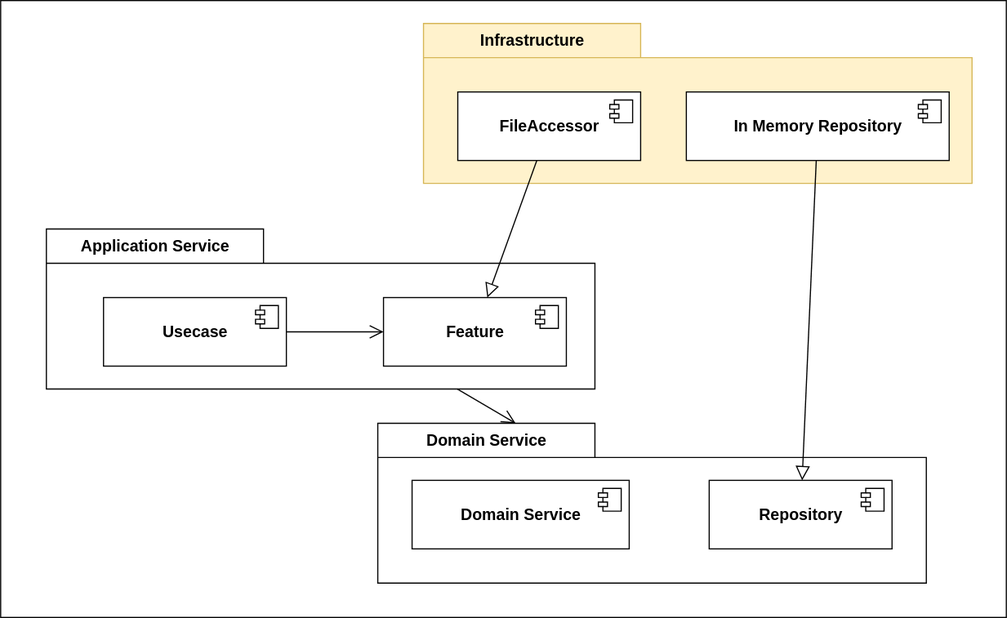
Earlier version of the draw.io export Documents/Design/Infrastructure層コンポーネント.svg (bosssanovar/WindowsApp_Template_202404). Source tidied: cells renumbered, new cells last; positions are measured from the earlier drawing's top-left corner, leaving out a move shared by most shapes.
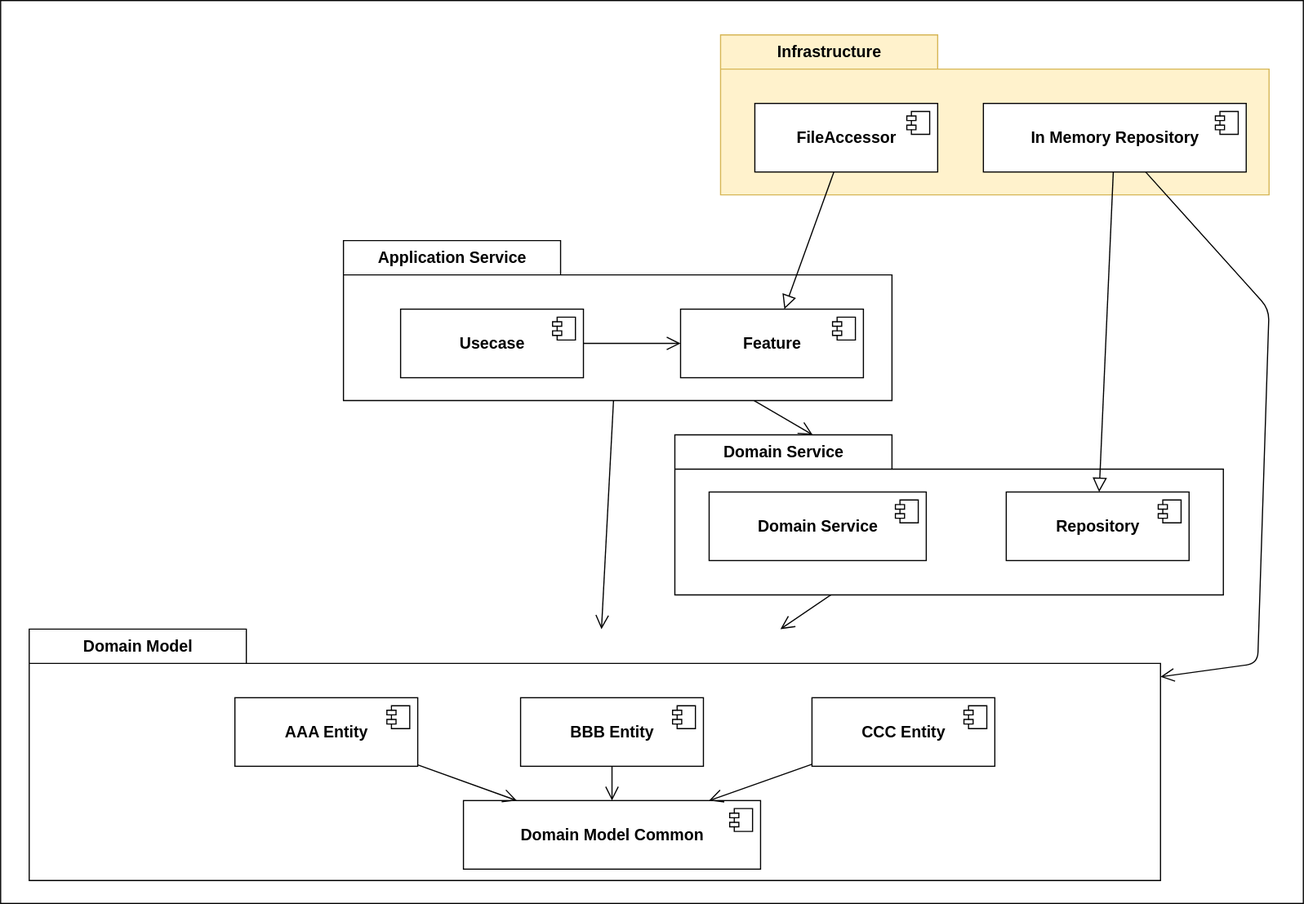
Above is the later version.

The edit, as a diff of the source:
```diff
@@ -2,92 +2,155 @@
   <root>
     <mxCell id="0" />
     <mxCell id="1" parent="0" />
-    <mxCell id="2" style="rounded=0;whiteSpace=wrap;html=1;strokeColor=#000000;strokeWidth=1;fontSize=14;fontColor=#000000;fillColor=#FFFFFF;" parent="1" vertex="1">
-      <mxGeometry width="880" height="540" as="geometry" />
-    </mxCell>
+    <mxCell id="25" style="rounded=0;whiteSpace=wrap;html=1;strokeColor=#000000;strokeWidth=1;fontSize=14;fontColor=#000000;fillColor=#FFFFFF;" parent="1" vertex="1">
+      <mxGeometry x="-260" y="-10" width="1140" height="790" as="geometry" />
+    </mxCell>
+    <mxCell id="26" value="Domain Model" style="shape=folder;fontStyle=1;tabWidth=190;tabHeight=30;tabPosition=left;html=1;boundedLbl=1;labelInHeader=1;strokeColor=#000000;strokeWidth=1;fontSize=14;fontColor=#000000;fillColor=#FFFFFF;" parent="1" vertex="1">
+      <mxGeometry x="-235" y="540" width="990" height="220" as="geometry" />
+    </mxCell>
+    <mxCell id="27" style="html=1;strokeColor=none;fillColor=none;strokeWidth=1;fontSize=14;fontColor=#000000;" parent="26" vertex="1">
+      <mxGeometry width="990" height="154" relative="1" as="geometry">
+        <mxPoint y="30" as="offset" />
+      </mxGeometry>
+    </mxCell>
+    <mxCell id="28" value="&lt;b&gt;Domain Model Common&lt;/b&gt;" style="html=1;strokeColor=#000000;strokeWidth=1;fontSize=14;fontColor=#000000;fillColor=#FFFFFF;" parent="26" vertex="1">
+      <mxGeometry x="380" y="150" width="260" height="60" as="geometry" />
+    </mxCell>
+    <mxCell id="29" style="shape=module;jettyWidth=8;jettyHeight=4;strokeColor=#000000;strokeWidth=1;fontSize=14;fontColor=#000000;fillColor=#FFFFFF;" parent="28" vertex="1">
+      <mxGeometry x="1" width="20" height="20" relative="1" as="geometry">
+        <mxPoint x="-27" y="7" as="offset" />
+      </mxGeometry>
+    </mxCell>
+    <mxCell id="30" value="&lt;b&gt;AAA Entity&lt;/b&gt;" style="html=1;strokeColor=#000000;strokeWidth=1;fontSize=14;fontColor=#000000;fillColor=#FFFFFF;" parent="26" vertex="1">
+      <mxGeometry x="180" y="60" width="160" height="60" as="geometry" />
+    </mxCell>
+    <mxCell id="31" style="shape=module;jettyWidth=8;jettyHeight=4;strokeColor=#000000;strokeWidth=1;fontSize=14;fontColor=#000000;fillColor=#FFFFFF;" parent="30" vertex="1">
+      <mxGeometry x="1" width="20" height="20" relative="1" as="geometry">
+        <mxPoint x="-27" y="7" as="offset" />
+      </mxGeometry>
+    </mxCell>
+    <mxCell id="32" style="edgeStyle=none;html=1;fontSize=12;fontColor=#000000;strokeWidth=1;startSize=6;endSize=10;endArrow=open;endFill=0;" parent="26" edge="1" source="30" target="28">
+      <mxGeometry relative="1" as="geometry" />
+    </mxCell>
+    <mxCell id="33" value="&lt;b&gt;BBB Entity&lt;/b&gt;" style="html=1;strokeColor=#000000;strokeWidth=1;fontSize=14;fontColor=#000000;fillColor=#FFFFFF;" parent="26" vertex="1">
+      <mxGeometry x="430" y="60" width="160" height="60" as="geometry" />
+    </mxCell>
+    <mxCell id="34" style="shape=module;jettyWidth=8;jettyHeight=4;strokeColor=#000000;strokeWidth=1;fontSize=14;fontColor=#000000;fillColor=#FFFFFF;" parent="33" vertex="1">
+      <mxGeometry x="1" width="20" height="20" relative="1" as="geometry">
+        <mxPoint x="-27" y="7" as="offset" />
+      </mxGeometry>
+    </mxCell>
+    <mxCell id="35" style="edgeStyle=none;html=1;fontSize=12;fontColor=#000000;strokeWidth=1;startSize=6;endSize=10;endArrow=open;endFill=0;" parent="26" edge="1" source="33" target="28">
+      <mxGeometry relative="1" as="geometry" />
+    </mxCell>
+    <mxCell id="36" value="&lt;b&gt;CCC Entity&lt;/b&gt;" style="html=1;strokeColor=#000000;strokeWidth=1;fontSize=14;fontColor=#000000;fillColor=#FFFFFF;" parent="26" vertex="1">
+      <mxGeometry x="685" y="60" width="160" height="60" as="geometry" />
+    </mxCell>
+    <mxCell id="37" style="shape=module;jettyWidth=8;jettyHeight=4;strokeColor=#000000;strokeWidth=1;fontSize=14;fontColor=#000000;fillColor=#FFFFFF;" parent="36" vertex="1">
+      <mxGeometry x="1" width="20" height="20" relative="1" as="geometry">
+        <mxPoint x="-27" y="7" as="offset" />
+      </mxGeometry>
+    </mxCell>
+    <mxCell id="38" style="edgeStyle=none;html=1;fontSize=12;fontColor=#000000;strokeWidth=1;startSize=6;endSize=10;endArrow=open;endFill=0;" parent="26" edge="1" source="36" target="28">
+      <mxGeometry relative="1" as="geometry" />
+    </mxCell>
+    <mxCell id="39" style="edgeStyle=none;html=1;fontSize=12;fontColor=#000000;strokeWidth=1;startSize=6;endSize=10;endArrow=open;endFill=0;" parent="1" edge="1" source="3" target="26">
+      <mxGeometry relative="1" as="geometry" />
+    </mxCell>
     <mxCell id="3" value="Domain Service" style="shape=folder;fontStyle=1;tabWidth=190;tabHeight=30;tabPosition=left;html=1;boundedLbl=1;labelInHeader=1;strokeColor=#000000;strokeWidth=1;fontSize=14;fontColor=#000000;fillColor=#FFFFFF;" parent="1" vertex="1">
       <mxGeometry x="330" y="370" width="480" height="140" as="geometry" />
     </mxCell>
-    <mxCell id="4" style="html=1;strokeColor=none;fillColor=none;strokeWidth=1;fontSize=14;fontColor=#000000;" parent="3" vertex="1">
-      <mxGeometry width="480" height="98" relative="1" as="geometry">
-        <mxPoint y="30" as="offset" />
-      </mxGeometry>
-    </mxCell>
+    <mxCell id="40" style="html=1;strokeColor=none;fillColor=none;strokeWidth=1;fontSize=14;fontColor=#000000;" parent="3" vertex="1">
+      <mxGeometry width="480" height="98" relative="1" as="geometry">
+        <mxPoint y="30" as="offset" />
+      </mxGeometry>
+    </mxCell>
     <mxCell id="5" value="&lt;b&gt;Domain Service&lt;/b&gt;" style="html=1;strokeColor=#000000;strokeWidth=1;fontSize=14;fontColor=#000000;fillColor=#FFFFFF;" parent="3" vertex="1">
       <mxGeometry x="30" y="50" width="190" height="60" as="geometry" />
     </mxCell>
-    <mxCell id="6" style="shape=module;jettyWidth=8;jettyHeight=4;strokeColor=#000000;strokeWidth=1;fontSize=14;fontColor=#000000;fillColor=#FFFFFF;" parent="5" vertex="1">
-      <mxGeometry x="1" width="20" height="20" relative="1" as="geometry">
-        <mxPoint x="-27" y="7" as="offset" />
-      </mxGeometry>
-    </mxCell>
+    <mxCell id="41" style="shape=module;jettyWidth=8;jettyHeight=4;strokeColor=#000000;strokeWidth=1;fontSize=14;fontColor=#000000;fillColor=#FFFFFF;" parent="5" vertex="1">
+      <mxGeometry x="1" width="20" height="20" relative="1" as="geometry">
+        <mxPoint x="-27" y="7" as="offset" />
+      </mxGeometry>
+    </mxCell>
     <mxCell id="7" value="&lt;b&gt;Repository&lt;/b&gt;" style="html=1;strokeColor=#000000;strokeWidth=1;fontSize=14;fontColor=#000000;fillColor=#FFFFFF;" parent="3" vertex="1">
       <mxGeometry x="290" y="50" width="160" height="60" as="geometry" />
     </mxCell>
-    <mxCell id="8" style="shape=module;jettyWidth=8;jettyHeight=4;strokeColor=#000000;strokeWidth=1;fontSize=14;fontColor=#000000;fillColor=#FFFFFF;" parent="7" vertex="1">
-      <mxGeometry x="1" width="20" height="20" relative="1" as="geometry">
-        <mxPoint x="-27" y="7" as="offset" />
-      </mxGeometry>
-    </mxCell>
+    <mxCell id="42" style="shape=module;jettyWidth=8;jettyHeight=4;strokeColor=#000000;strokeWidth=1;fontSize=14;fontColor=#000000;fillColor=#FFFFFF;" parent="7" vertex="1">
+      <mxGeometry x="1" width="20" height="20" relative="1" as="geometry">
+        <mxPoint x="-27" y="7" as="offset" />
+      </mxGeometry>
+    </mxCell>
     <mxCell id="9" value="Application Service" style="shape=folder;fontStyle=1;tabWidth=190;tabHeight=30;tabPosition=left;html=1;boundedLbl=1;labelInHeader=1;strokeColor=#000000;strokeWidth=1;fontSize=14;fontColor=#000000;fillColor=#FFFFFF;" parent="1" vertex="1">
       <mxGeometry x="40" y="200" width="480" height="140" as="geometry" />
     </mxCell>
-    <mxCell id="10" style="html=1;strokeColor=none;fillColor=none;strokeWidth=1;fontSize=14;fontColor=#000000;" parent="9" vertex="1">
-      <mxGeometry width="480" height="98" relative="1" as="geometry">
-        <mxPoint y="30" as="offset" />
-      </mxGeometry>
-    </mxCell>
+    <mxCell id="43" style="html=1;strokeColor=none;fillColor=none;strokeWidth=1;fontSize=14;fontColor=#000000;" parent="9" vertex="1">
+      <mxGeometry width="480" height="98" relative="1" as="geometry">
+        <mxPoint y="30" as="offset" />
+      </mxGeometry>
+    </mxCell>
     <mxCell id="11" value="&lt;b&gt;Feature&lt;/b&gt;" style="html=1;strokeColor=#000000;strokeWidth=1;fontSize=14;fontColor=#000000;fillColor=#FFFFFF;" parent="9" vertex="1">
       <mxGeometry x="295" y="60" width="160" height="60" as="geometry" />
     </mxCell>
-    <mxCell id="12" style="shape=module;jettyWidth=8;jettyHeight=4;strokeColor=#000000;strokeWidth=1;fontSize=14;fontColor=#000000;fillColor=#FFFFFF;" parent="11" vertex="1">
-      <mxGeometry x="1" width="20" height="20" relative="1" as="geometry">
-        <mxPoint x="-27" y="7" as="offset" />
-      </mxGeometry>
-    </mxCell>
+    <mxCell id="44" style="shape=module;jettyWidth=8;jettyHeight=4;strokeColor=#000000;strokeWidth=1;fontSize=14;fontColor=#000000;fillColor=#FFFFFF;" parent="11" vertex="1">
+      <mxGeometry x="1" width="20" height="20" relative="1" as="geometry">
+        <mxPoint x="-27" y="7" as="offset" />
+      </mxGeometry>
+    </mxCell>
     <mxCell id="13" value="&lt;b&gt;Usecase&lt;/b&gt;" style="html=1;strokeColor=#000000;strokeWidth=1;fontSize=14;fontColor=#000000;fillColor=#FFFFFF;" parent="9" vertex="1">
       <mxGeometry x="50" y="60" width="160" height="60" as="geometry" />
     </mxCell>
-    <mxCell id="14" style="shape=module;jettyWidth=8;jettyHeight=4;strokeColor=#000000;strokeWidth=1;fontSize=14;fontColor=#000000;fillColor=#FFFFFF;" parent="13" vertex="1">
-      <mxGeometry x="1" width="20" height="20" relative="1" as="geometry">
-        <mxPoint x="-27" y="7" as="offset" />
-      </mxGeometry>
-    </mxCell>
+    <mxCell id="45" style="shape=module;jettyWidth=8;jettyHeight=4;strokeColor=#000000;strokeWidth=1;fontSize=14;fontColor=#000000;fillColor=#FFFFFF;" parent="13" vertex="1">
+      <mxGeometry x="1" width="20" height="20" relative="1" as="geometry">
+        <mxPoint x="-27" y="7" as="offset" />
+      </mxGeometry>
+    </mxCell>
     <mxCell id="15" style="edgeStyle=none;html=1;strokeWidth=1;fontSize=12;fontColor=#000000;endArrow=open;endFill=0;startSize=6;endSize=10;" parent="9" edge="1" source="13" target="11">
       <mxGeometry relative="1" as="geometry" />
     </mxCell>
     <mxCell id="16" value="Infrastructure" style="shape=folder;fontStyle=1;tabWidth=190;tabHeight=30;tabPosition=left;html=1;boundedLbl=1;labelInHeader=1;strokeColor=#d6b656;strokeWidth=1;fontSize=14;fillColor=#fff2cc;" parent="1" vertex="1">
       <mxGeometry x="370" y="20" width="480" height="140" as="geometry" />
     </mxCell>
-    <mxCell id="17" style="html=1;strokeColor=none;fillColor=none;strokeWidth=1;fontSize=14;fontColor=#000000;" parent="16" vertex="1">
-      <mxGeometry width="480" height="98" relative="1" as="geometry">
-        <mxPoint y="30" as="offset" />
-      </mxGeometry>
-    </mxCell>
+    <mxCell id="46" style="html=1;strokeColor=none;fillColor=none;strokeWidth=1;fontSize=14;fontColor=#000000;" parent="16" vertex="1">
+      <mxGeometry width="480" height="98" relative="1" as="geometry">
+        <mxPoint y="30" as="offset" />
+      </mxGeometry>
+    </mxCell>
     <mxCell id="18" value="&lt;b&gt;FileAccessor&lt;/b&gt;" style="html=1;strokeColor=#000000;strokeWidth=1;fontSize=14;fontColor=#000000;fillColor=#FFFFFF;" parent="16" vertex="1">
       <mxGeometry x="30" y="60" width="160" height="60" as="geometry" />
     </mxCell>
-    <mxCell id="19" style="shape=module;jettyWidth=8;jettyHeight=4;strokeColor=#000000;strokeWidth=1;fontSize=14;fontColor=#000000;fillColor=#FFFFFF;" parent="18" vertex="1">
-      <mxGeometry x="1" width="20" height="20" relative="1" as="geometry">
-        <mxPoint x="-27" y="7" as="offset" />
-      </mxGeometry>
-    </mxCell>
+    <mxCell id="47" style="shape=module;jettyWidth=8;jettyHeight=4;strokeColor=#000000;strokeWidth=1;fontSize=14;fontColor=#000000;fillColor=#FFFFFF;" parent="18" vertex="1">
+      <mxGeometry x="1" width="20" height="20" relative="1" as="geometry">
+        <mxPoint x="-27" y="7" as="offset" />
+      </mxGeometry>
+    </mxCell>
     <mxCell id="20" value="&lt;b&gt;In Memory Repository&lt;/b&gt;" style="html=1;strokeColor=#000000;strokeWidth=1;fontSize=14;fontColor=#000000;fillColor=#FFFFFF;" parent="16" vertex="1">
       <mxGeometry x="230" y="60" width="230" height="60" as="geometry" />
     </mxCell>
-    <mxCell id="21" style="shape=module;jettyWidth=8;jettyHeight=4;strokeColor=#000000;strokeWidth=1;fontSize=14;fontColor=#000000;fillColor=#FFFFFF;" parent="20" vertex="1">
-      <mxGeometry x="1" width="20" height="20" relative="1" as="geometry">
-        <mxPoint x="-27" y="7" as="offset" />
-      </mxGeometry>
-    </mxCell>
+    <mxCell id="48" style="shape=module;jettyWidth=8;jettyHeight=4;strokeColor=#000000;strokeWidth=1;fontSize=14;fontColor=#000000;fillColor=#FFFFFF;" parent="20" vertex="1">
+      <mxGeometry x="1" width="20" height="20" relative="1" as="geometry">
+        <mxPoint x="-27" y="7" as="offset" />
+      </mxGeometry>
+    </mxCell>
     <mxCell id="22" style="edgeStyle=none;html=1;fontSize=12;fontColor=#000000;strokeWidth=1;startSize=6;endSize=10;endArrow=open;endFill=0;" parent="1" edge="1" source="9" target="3">
       <mxGeometry relative="1" as="geometry" />
     </mxCell>
+    <mxCell id="49" style="edgeStyle=none;html=1;fontSize=12;fontColor=#000000;strokeWidth=1;startSize=6;endSize=10;endArrow=open;endFill=0;" parent="1" edge="1" source="9" target="26">
+      <mxGeometry relative="1" as="geometry" />
+    </mxCell>
     <mxCell id="23" style="edgeStyle=none;html=1;strokeWidth=1;fontSize=12;fontColor=#000000;endArrow=block;endFill=0;startSize=6;endSize=10;" parent="1" edge="1" source="18" target="11">
       <mxGeometry relative="1" as="geometry" />
     </mxCell>
     <mxCell id="24" style="edgeStyle=none;html=1;strokeWidth=1;fontSize=12;fontColor=#000000;endArrow=block;endFill=0;startSize=6;endSize=10;" parent="1" edge="1" source="20" target="7">
       <mxGeometry relative="1" as="geometry" />
     </mxCell>
+    <mxCell id="50" style="edgeStyle=none;html=1;fontSize=12;fontColor=#000000;strokeWidth=1;startSize=6;endSize=10;endArrow=open;endFill=0;" parent="1" edge="1" source="20" target="26">
+      <mxGeometry relative="1" as="geometry">
+        <Array as="points">
+          <mxPoint x="850" y="260" />
+          <mxPoint x="840" y="570" />
+        </Array>
+      </mxGeometry>
+    </mxCell>
   </root>
 </mxGraphModel>
```
